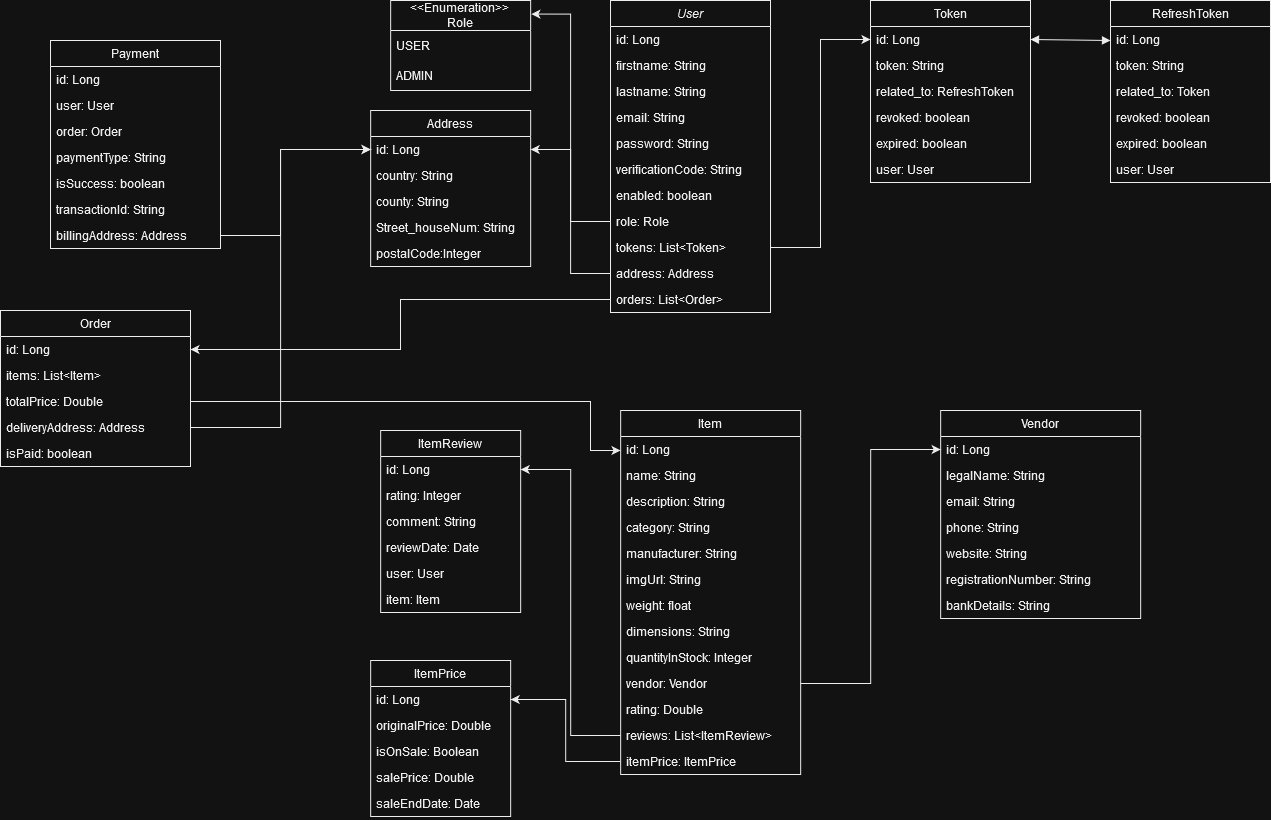
realVilmos/Webshop keeps this draw.io diagram as domain_model.png. Above is the earlier version. Source tidied: cells renumbered, new cells last; positions are measured from the earlier drawing's top-left corner, leaving out a move shared by most shapes.
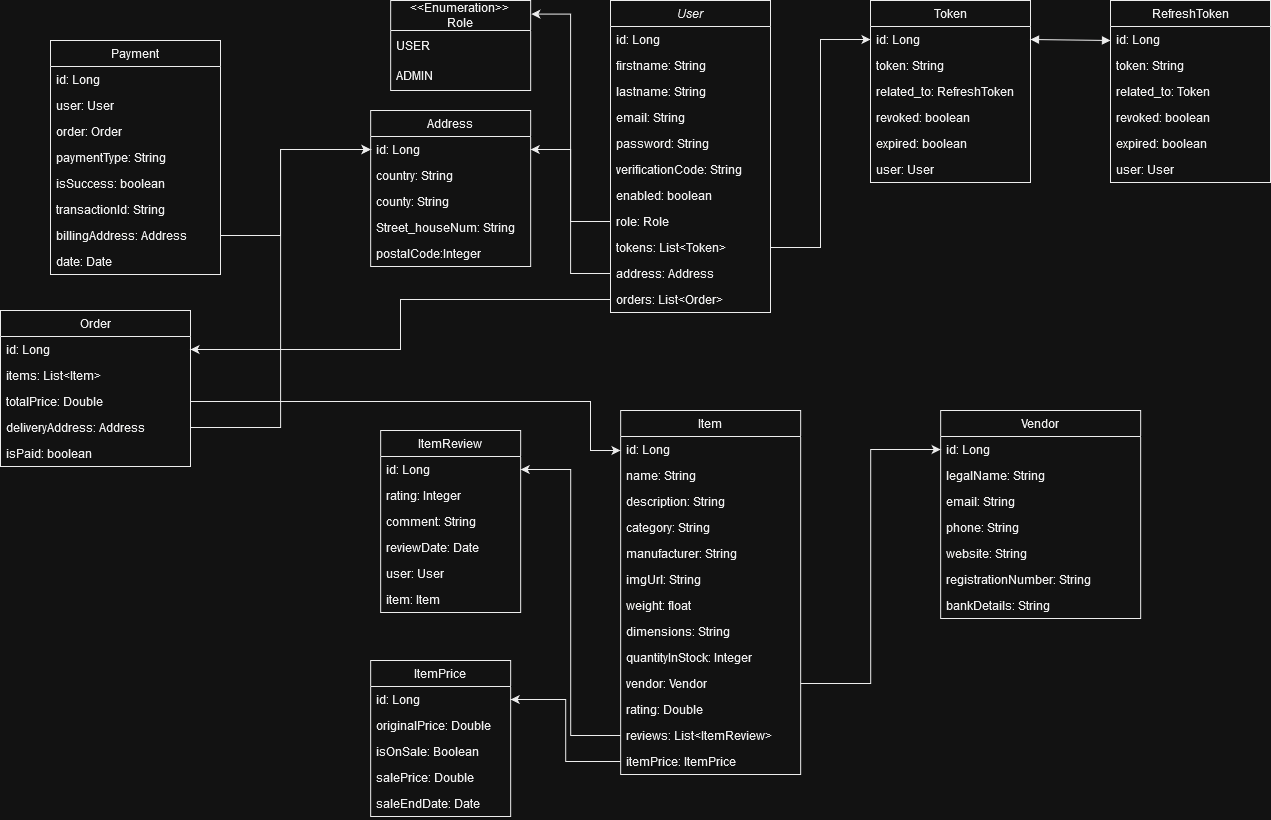
The same diagram one commit later.

Diff of the diagram source:
```diff
@@ -254,7 +254,7 @@
       <mxGeometry y="130" width="190" height="26" as="geometry" />
     </mxCell>
     <mxCell id="85" value="Payment" style="swimlane;fontStyle=0;horizontal=1;startSize=26;fillColor=none;whiteSpace=wrap;html=1;" parent="1" vertex="1">
-      <mxGeometry x="50" y="40" width="170" height="208" as="geometry" />
+      <mxGeometry x="50" y="40" width="170" height="234" as="geometry" />
     </mxCell>
     <mxCell id="86" value="id: Long" style="text;strokeColor=none;fillColor=none;align=left;verticalAlign=top;spacingLeft=4;spacingRight=4;overflow=hidden;whiteSpace=wrap;html=1;" parent="85" vertex="1">
       <mxGeometry y="26" width="170" height="26" as="geometry" />
@@ -277,6 +277,9 @@
     <mxCell id="92" value="billingAddress: Address" style="text;strokeColor=none;fillColor=none;align=left;verticalAlign=top;spacingLeft=4;spacingRight=4;overflow=hidden;points=[[0,0.5],[1,0.5]];portConstraint=eastwest;whiteSpace=wrap;html=1;" parent="85" vertex="1">
       <mxGeometry y="182" width="170" height="26" as="geometry" />
     </mxCell>
+    <mxCell id="97" value="date: Date" style="text;strokeColor=none;fillColor=none;align=left;verticalAlign=top;spacingLeft=4;spacingRight=4;overflow=hidden;whiteSpace=wrap;html=1;" parent="85" vertex="1">
+      <mxGeometry y="208" width="170" height="26" as="geometry" />
+    </mxCell>
     <mxCell id="93" style="edgeStyle=orthogonalEdgeStyle;rounded=0;jettySize=auto;html=1;exitX=1;exitY=0.5;exitDx=0;exitDy=0;" parent="1" edge="1" source="81">
       <mxGeometry relative="1" as="geometry">
         <mxPoint x="620" y="450" as="targetPoint" />
```
